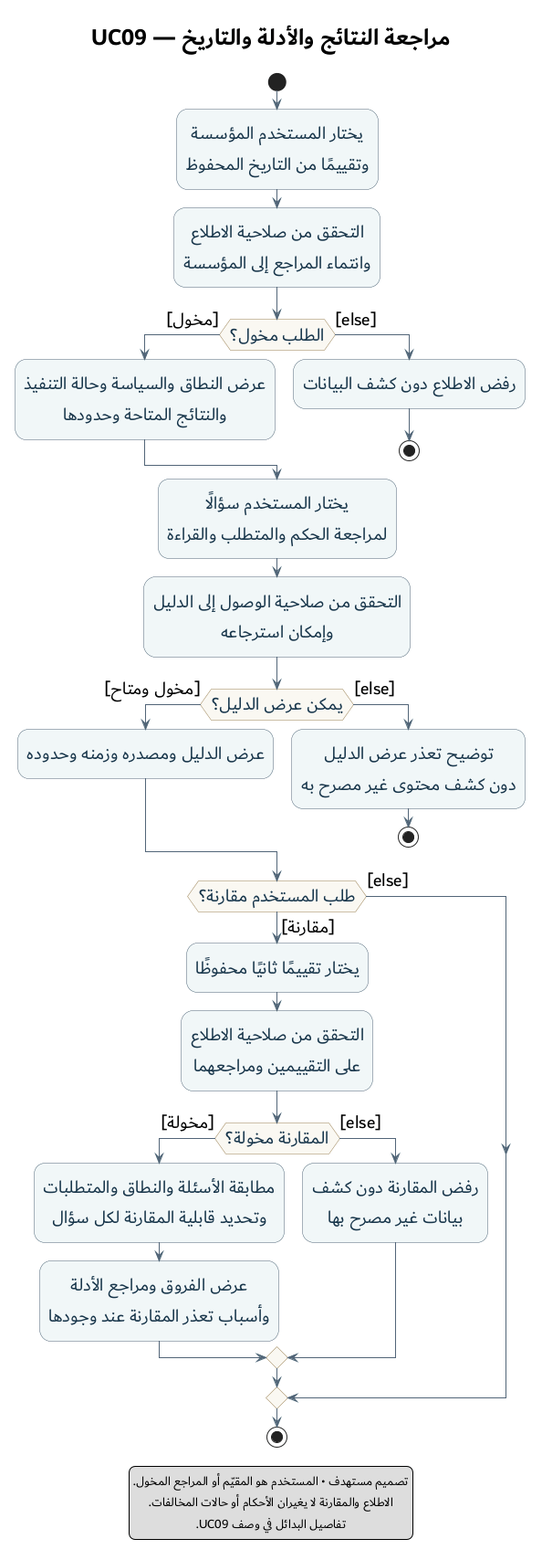
omar-Al-Assaf/github-security-assessment keeps this PlantUML diagram as docs/diagrams/activity/11-review-results-activity.png. Above is the earlier version. Source of this version:
```plantuml
@startuml 11-review-results-activity
title مراجعة النتائج والأدلة والتاريخ — UC09

skinparam defaultFontName Dubai
skinparam defaultFontSize 20
skinparam titleFontSize 26
skinparam defaultTextAlignment center
skinparam shadowing false
skinparam ArrowColor #526578
skinparam activity {
  BackgroundColor #F1F7F8
  BorderColor #526578
  FontColor #17354A
  DiamondBackgroundColor #FAF8F2
  DiamondBorderColor #9A8051
}

start
:يختار المستخدم المؤسسة\nوتقييمًا من التاريخ المحفوظ;
:التحقق من صلاحية الاطلاع\nوانتماء المراجع إلى المؤسسة;
if (الطلب مخول؟) then ([مخول])
  :عرض النطاق والسياسة وحالة التنفيذ\nوالنتائج المتاحة وحدودها;
else ([else])
  :رفض الاطلاع دون كشف البيانات;
  stop
endif

:يختار المستخدم سؤالًا\nلمراجعة الحكم والمتطلب والقراءة;
:التحقق من صلاحية الوصول إلى الدليل\nوإمكان استرجاعه;
if (يمكن عرض الدليل؟) then ([مخول ومتاح])
  :عرض الدليل ومصدره وزمنه وحدوده;
else ([else])
  :توضيح تعذر عرض الدليل\nدون كشف محتوى غير مصرح به;
  stop
endif

if (طلب المستخدم مقارنة؟) then ([مقارنة])
  :يختار تقييمًا ثانيًا محفوظًا;
  :التحقق من صلاحية الاطلاع\nعلى التقييمين ومراجعهما;
  if (المقارنة مخولة؟) then ([مخولة])
    :مطابقة الأسئلة والنطاق والمتطلبات\nوتحديد قابلية المقارنة لكل سؤال;
    :عرض الفروق ومراجع الأدلة\nوأسباب تعذر المقارنة عند وجودها;
  else ([else])
    :رفض المقارنة دون كشف\nبيانات غير مصرح بها;
  endif
else ([else])
endif
stop

legend bottom
  تصميم مستهدف • المستخدم هو المقيّم أو المراجع المخول.
  الاطلاع والمقارنة لا يغيران الأحكام أو حالات المخالفات.
  تفاصيل البدائل في وصف UC09.
endlegend
@enduml
```
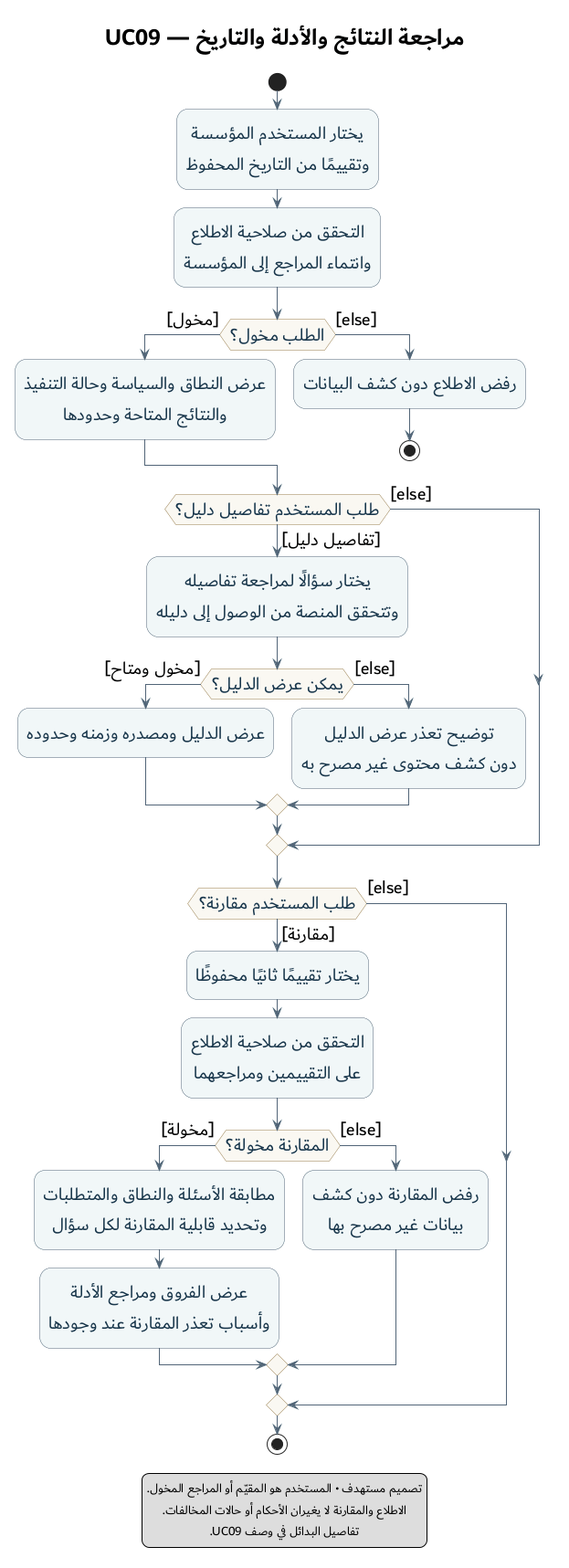
The same file after the commit.

Commit message:
Clarify evidence review flow and consolidate design status

What changed in the source:
```diff
@@ -25,13 +25,14 @@
   stop
 endif
 
-:يختار المستخدم سؤالًا\nلمراجعة الحكم والمتطلب والقراءة;
-:التحقق من صلاحية الوصول إلى الدليل\nوإمكان استرجاعه;
-if (يمكن عرض الدليل؟) then ([مخول ومتاح])
-  :عرض الدليل ومصدره وزمنه وحدوده;
+if (طلب المستخدم تفاصيل دليل؟) then ([تفاصيل دليل])
+  :يختار سؤالًا لمراجعة تفاصيله\nوتتحقق المنصة من الوصول إلى دليله;
+  if (يمكن عرض الدليل؟) then ([مخول ومتاح])
+    :عرض الدليل ومصدره وزمنه وحدوده;
+  else ([else])
+    :توضيح تعذر عرض الدليل\nدون كشف محتوى غير مصرح به;
+  endif
 else ([else])
-  :توضيح تعذر عرض الدليل\nدون كشف محتوى غير مصرح به;
-  stop
 endif
 
 if (طلب المستخدم مقارنة؟) then ([مقارنة])
```
